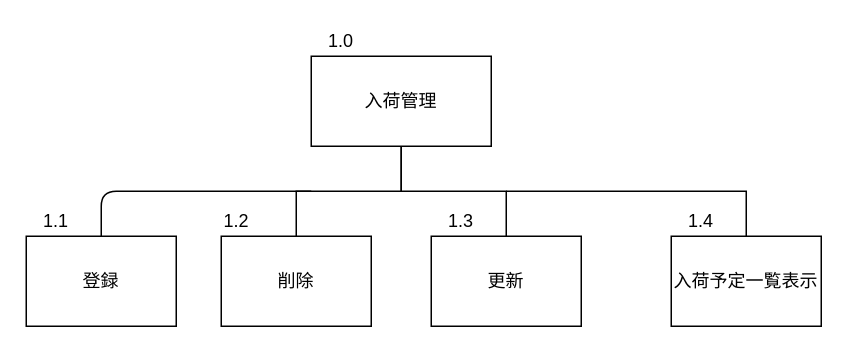
Earlier version of the draw.io diagram サブシステム構造図/入荷管理.drawio (Yamanin3/system-devel). Source tidied: cells renumbered, new cells numbered last; positions are measured from the earlier drawing's top-left corner, leaving out a move shared by most shapes. Both pictures are drawn from the tidied source at 150%, with x=0, y=0 at pixel (26, 26).
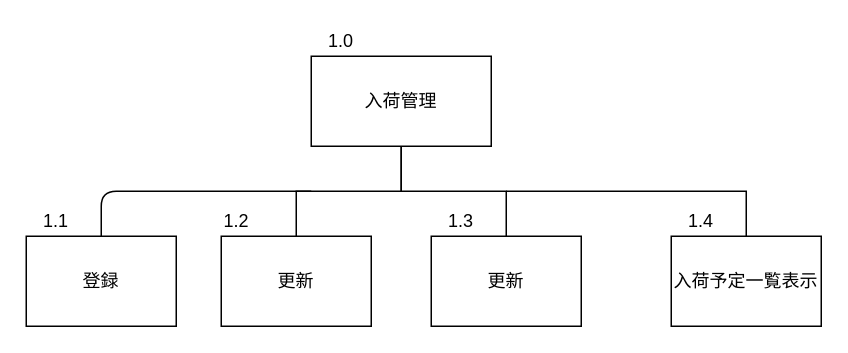
After the change.

Commit message (it also covers changes not shown here):
発注管理IPOと構造図を完成

Change to the diagram source:
```diff
@@
-    <mxCell id="5" value="削除" style="whiteSpace=wrap;html=1;align=center;verticalAlign=middle;" parent="1" vertex="1">
+    <mxCell id="5" value="更新" style="whiteSpace=wrap;html=1;align=center;verticalAlign=middle;" parent="1" vertex="1">
       <mxGeometry x="130" y="140" width="100" height="60" as="geometry" />
     </mxCell>
```
